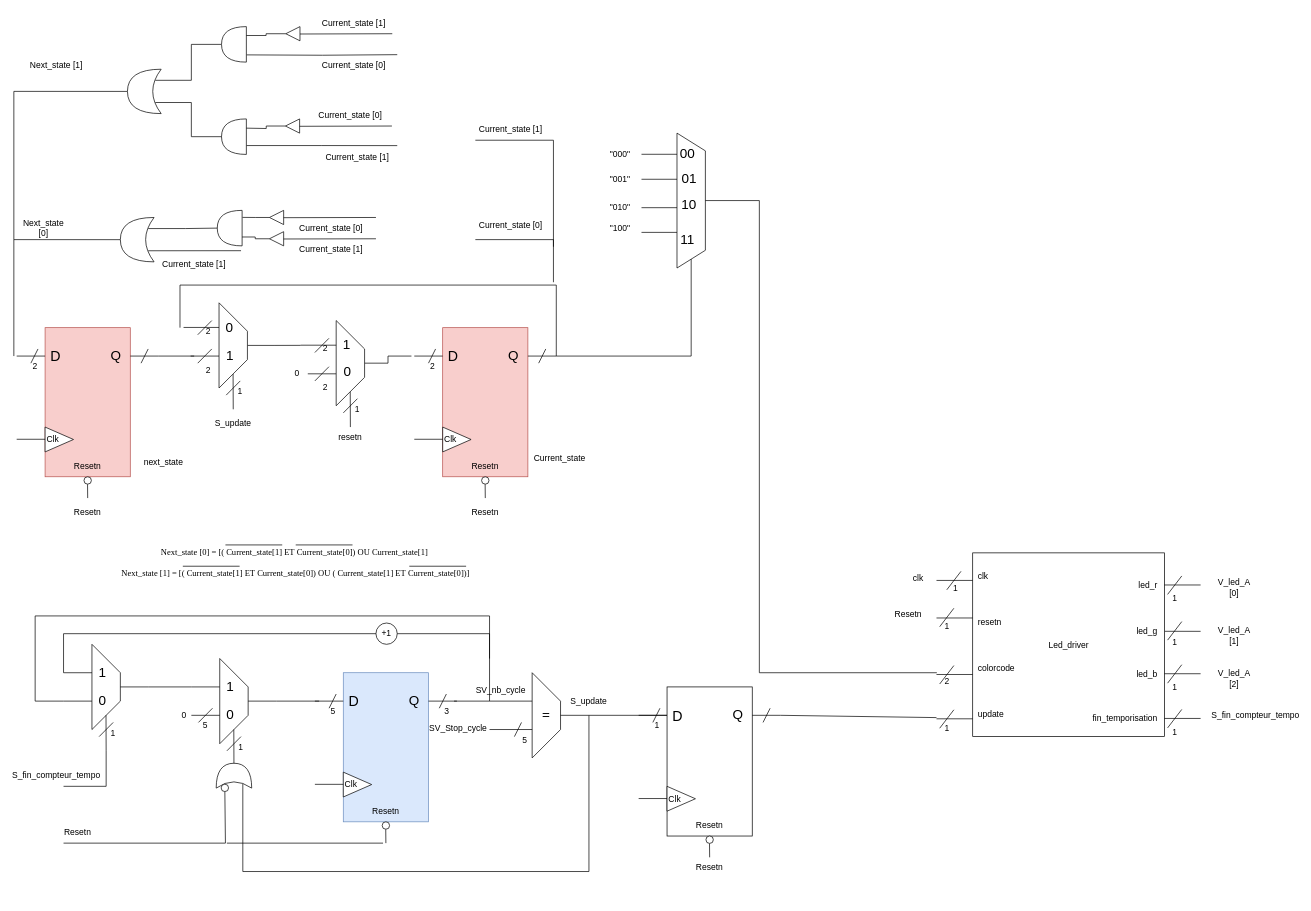
The draw.io diagram TP5_Cross_clock_domain/TP5_Schema_RTL_fsm_led_driver.drawio in Chombac/POEI_FPGA_CC, before the edit. Source tidied: cells renumbered, new cells numbered last; positions are measured from the earlier drawing's top-left corner, leaving out a move shared by most shapes. Both pictures are drawn from the tidied source at 71%, with x=0, y=0 at pixel (13, 12).
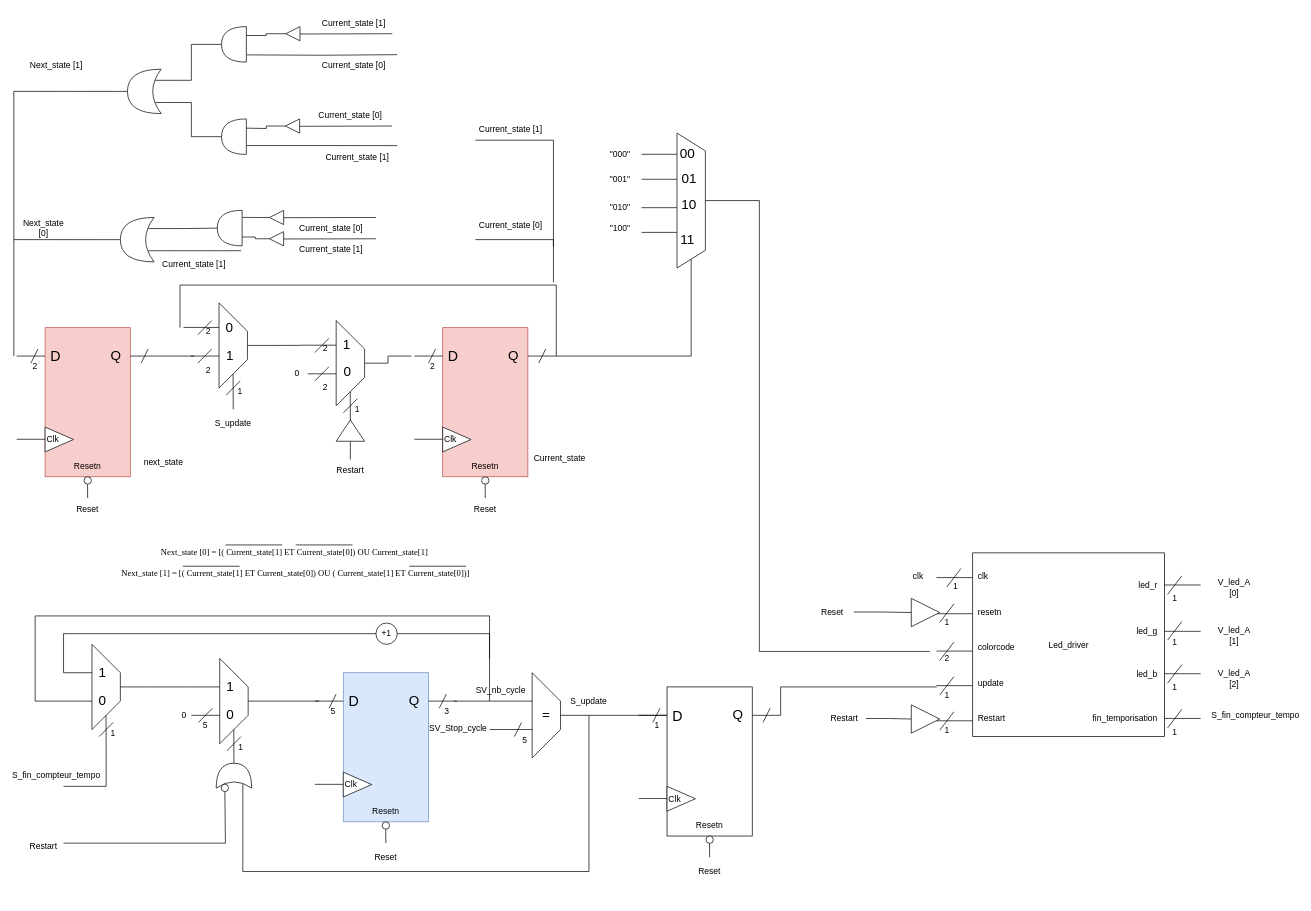
After the change.

The change refers to these unchanged cells:
```xml
<mxCell id="107" style="group;" parent="1" vertex="1">
  <mxGeometry x="574" y="444" width="225.2" height="276" as="geometry" />
</mxCell>
<mxCell id="124" style="group;" parent="1" vertex="1">
  <mxGeometry x="4" y="444" width="250" height="276" as="geometry" />
</mxCell>
<mxCell id="190" style="shape=trapezoid;perimeter=trapezoidPerimeter;whiteSpace=wrap;html=1;fixedSize=1;rotation=90;size=25;" parent="1" vertex="1">
  <mxGeometry x="859" y="245" width="190" height="40" as="geometry" />
</mxCell>
```

Diff of the diagram source:
```diff
@@
     <mxCell id="7" value="resetn" style="text;html=1;whiteSpace=wrap;strokeColor=none;fillColor=none;align=left;verticalAlign=middle;rounded=0;" parent="1" vertex="1">
-      <mxGeometry x="1355.5" y="839.2" width="60" height="39" as="geometry" />
+      <mxGeometry x="1355.5" y="825" width="60" height="39" as="geometry" />
     </mxCell>
     <mxCell id="8" value="colorcode" style="text;html=1;whiteSpace=wrap;strokeColor=none;fillColor=none;align=left;verticalAlign=middle;rounded=0;" parent="1" vertex="1">
-      <mxGeometry x="1355.5" y="904.2" width="60" height="39" as="geometry" />
+      <mxGeometry x="1355.5" y="875" width="60" height="39" as="geometry" />
     </mxCell>
     <mxCell id="9" value="update" style="text;html=1;whiteSpace=wrap;strokeColor=none;fillColor=none;align=left;verticalAlign=middle;rounded=0;" parent="1" vertex="1">
-      <mxGeometry x="1355.5" y="969.2" width="60" height="39" as="geometry" />
+      <mxGeometry x="1355.5" y="925" width="60" height="39" as="geometry" />
     </mxCell>
     <mxCell id="10" style="endArrow=none;html=1;rounded=0;entryX=1;entryY=0.5;entryDx=0;entryDy=0;" parent="1" edge="1">
       <mxGeometry relative="1" as="geometry">
-        <mxPoint x="1350.5" y="852.9" as="sourcePoint" />
-        <mxPoint x="1299.5" y="852.9" as="targetPoint" />
+        <mxPoint x="1350.5" y="846.9" as="sourcePoint" />
+        <mxPoint x="1299.5" y="846.9" as="targetPoint" />
       </mxGeometry>
     </mxCell>
     <mxCell id="11" style="endArrow=none;html=1;rounded=0;entryX=1;entryY=0.5;entryDx=0;entryDy=0;" parent="1" edge="1">
       <mxGeometry relative="1" as="geometry">
-        <mxPoint x="1350.5" y="800" as="sourcePoint" />
-        <mxPoint x="1299.5" y="800" as="targetPoint" />
+        <mxPoint x="1350.5" y="796" as="sourcePoint" />
+        <mxPoint x="1299.5" y="796" as="targetPoint" />
       </mxGeometry>
     </mxCell>
     <mxCell id="12" style="endArrow=none;html=1;rounded=0;entryX=1;entryY=0.5;entryDx=0;entryDy=0;" parent="1" edge="1">
       <mxGeometry relative="1" as="geometry">
-        <mxPoint x="1350.5" y="932.5" as="sourcePoint" />
-        <mxPoint x="1299.5" y="932.5" as="targetPoint" />
+        <mxPoint x="1350.5" y="899.5" as="sourcePoint" />
+        <mxPoint x="1299.5" y="899.5" as="targetPoint" />
       </mxGeometry>
     </mxCell>
     <mxCell id="13" value="1" style="text;html=1;whiteSpace=wrap;strokeColor=none;fillColor=none;align=center;verticalAlign=middle;rounded=0;" parent="1" vertex="1">
-      <mxGeometry x="1315.5" y="799.2" width="21" height="26" as="geometry" />
+      <mxGeometry x="1315.5" y="795.2" width="21" height="26" as="geometry" />
     </mxCell>
     <mxCell id="14" value="1" style="text;html=1;whiteSpace=wrap;strokeColor=none;fillColor=none;align=center;verticalAlign=middle;rounded=0;" parent="1" vertex="1">
-      <mxGeometry x="1304" y="852.2" width="21" height="26" as="geometry" />
+      <mxGeometry x="1304" y="846.2" width="21" height="26" as="geometry" />
     </mxCell>
     <mxCell id="15" value="2" style="text;html=1;whiteSpace=wrap;strokeColor=none;fillColor=none;align=center;verticalAlign=middle;rounded=0;" parent="1" vertex="1">
-      <mxGeometry x="1304" y="930.2" width="21" height="26" as="geometry" />
+      <mxGeometry x="1304" y="897.2" width="21" height="26" as="geometry" />
     </mxCell>
     <mxCell id="16" style="endArrow=none;html=1;rounded=0;" parent="1" edge="1">
       <mxGeometry relative="1" as="geometry">
-        <mxPoint x="1314" y="813.2" as="sourcePoint" />
-        <mxPoint x="1334" y="787.2" as="targetPoint" />
+        <mxPoint x="1314" y="809.2" as="sourcePoint" />
+        <mxPoint x="1334" y="783.2" as="targetPoint" />
       </mxGeometry>
     </mxCell>
     <mxCell id="17" style="endArrow=none;html=1;rounded=0;" parent="1" edge="1">
       <mxGeometry relative="1" as="geometry">
-        <mxPoint x="1304" y="865.2" as="sourcePoint" />
-        <mxPoint x="1324" y="839.2" as="targetPoint" />
+        <mxPoint x="1304" y="859.2" as="sourcePoint" />
+        <mxPoint x="1324" y="833.2" as="targetPoint" />
       </mxGeometry>
     </mxCell>
     <mxCell id="18" style="endArrow=none;html=1;rounded=0;" parent="1" edge="1">
       <mxGeometry relative="1" as="geometry">
-        <mxPoint x="1304" y="945.9" as="sourcePoint" />
-        <mxPoint x="1324" y="919.9" as="targetPoint" />
+        <mxPoint x="1304" y="912.9" as="sourcePoint" />
+        <mxPoint x="1324" y="886.9" as="targetPoint" />
       </mxGeometry>
     </mxCell>
     <mxCell id="19" style="endArrow=none;html=1;rounded=0;entryX=1;entryY=0.5;entryDx=0;entryDy=0;" parent="1" edge="1">
       <mxGeometry relative="1" as="geometry">
-        <mxPoint x="1350.5" y="994.9" as="sourcePoint" />
-        <mxPoint x="1299.5" y="994.9" as="targetPoint" />
+        <mxPoint x="1350.5" y="948.2" as="sourcePoint" />
+        <mxPoint x="1299.5" y="948.2" as="targetPoint" />
       </mxGeometry>
     </mxCell>
     <mxCell id="20" style="endArrow=none;html=1;rounded=0;" parent="1" edge="1">
       <mxGeometry relative="1" as="geometry">
-        <mxPoint x="1304" y="1008.2" as="sourcePoint" />
-        <mxPoint x="1324" y="982.2" as="targetPoint" />
+        <mxPoint x="1304" y="961.5" as="sourcePoint" />
+        <mxPoint x="1324" y="935.5" as="targetPoint" />
       </mxGeometry>
     </mxCell>
     <mxCell id="21" value="1" style="text;html=1;whiteSpace=wrap;strokeColor=none;fillColor=none;align=center;verticalAlign=middle;rounded=0;" parent="1" vertex="1">
-      <mxGeometry x="1304" y="995.2" width="21" height="26" as="geometry" />
+      <mxGeometry x="1304" y="948.5" width="21" height="26" as="geometry" />
     </mxCell>
@@
     <mxCell id="42" style="group;" parent="1" vertex="1">
-      <mxGeometry x="424" y="930" width="216" height="260" as="geometry" />
+      <mxGeometry x="424" y="930" width="216" height="280" as="geometry" />
     </mxCell>
@@
+    <mxCell id="251" value="Reset" style="text;html=1;whiteSpace=wrap;strokeColor=none;fillColor=none;align=center;verticalAlign=middle;rounded=0;" parent="42" vertex="1">
+      <mxGeometry x="65" y="240" width="70" height="40" as="geometry" />
+    </mxCell>
@@
-    <mxCell id="87" value="Resetn" style="text;html=1;whiteSpace=wrap;strokeColor=none;fillColor=none;align=center;verticalAlign=middle;rounded=0;" parent="1" vertex="1">
-      <mxGeometry x="60" y="1140" width="60" height="30" as="geometry" />
-    </mxCell>
@@
-    <mxCell id="102" style="endArrow=none;html=1;rounded=0;" parent="1" edge="1">
-      <mxGeometry relative="1" as="geometry">
-        <mxPoint x="300" y="1170" as="sourcePoint" />
-        <mxPoint x="520" y="1170" as="targetPoint" />
-      </mxGeometry>
-    </mxCell>
@@
-    <mxCell id="123" value="Resetn" style="text;html=1;whiteSpace=wrap;strokeColor=none;fillColor=none;align=center;verticalAlign=middle;rounded=0;" parent="107" vertex="1">
-      <mxGeometry x="60" y="246" width="60" height="30" as="geometry" />
-    </mxCell>
+    <mxCell id="252" value="Reset" style="text;html=1;whiteSpace=wrap;strokeColor=none;fillColor=none;align=center;verticalAlign=middle;rounded=0;" parent="107" vertex="1">
+      <mxGeometry x="55" y="236" width="70" height="40" as="geometry" />
+    </mxCell>
@@
-    <mxCell id="140" value="Resetn" style="text;html=1;whiteSpace=wrap;strokeColor=none;fillColor=none;align=center;verticalAlign=middle;rounded=0;" parent="124" vertex="1">
-      <mxGeometry x="70" y="246" width="60" height="30" as="geometry" />
-    </mxCell>
+    <mxCell id="253" value="Reset" style="text;html=1;whiteSpace=wrap;strokeColor=none;fillColor=none;align=center;verticalAlign=middle;rounded=0;" parent="124" vertex="1">
+      <mxGeometry x="65" y="236" width="70" height="40" as="geometry" />
+    </mxCell>
@@
-    <mxCell id="170" value="resetn" style="text;html=1;whiteSpace=wrap;strokeColor=none;fillColor=none;align=center;verticalAlign=middle;rounded=0;" parent="1" vertex="1">
-      <mxGeometry x="444" y="584" width="60" height="30" as="geometry" />
-    </mxCell>
@@
     <mxCell id="172" style="group;" parent="1" vertex="1">
-      <mxGeometry x="890" y="950" width="225.2" height="270" as="geometry" />
+      <mxGeometry x="890" y="950" width="225.2" height="280" as="geometry" />
     </mxCell>
@@
-    <mxCell id="187" value="Resetn" style="text;html=1;whiteSpace=wrap;strokeColor=none;fillColor=none;align=center;verticalAlign=middle;rounded=0;" parent="172" vertex="1">
-      <mxGeometry x="60" y="240" width="60" height="30" as="geometry" />
-    </mxCell>
+    <mxCell id="254" value="Reset" style="text;html=1;whiteSpace=wrap;strokeColor=none;fillColor=none;align=center;verticalAlign=middle;rounded=0;" parent="172" vertex="1">
+      <mxGeometry x="55" y="240" width="70" height="40" as="geometry" />
+    </mxCell>
     <mxCell id="188" style="endArrow=none;html=1;rounded=0;" parent="1" edge="1">
       <mxGeometry relative="1" as="geometry">
         <mxPoint x="1080" y="990" as="sourcePoint" />
-        <mxPoint x="1299.5" y="993.2" as="targetPoint" />
+        <mxPoint x="1300" y="950" as="targetPoint" />
+        <Array as="points">
+          <mxPoint x="1080" y="950" />
+        </Array>
       </mxGeometry>
     </mxCell>
@@
     <mxCell id="204" style="endArrow=none;html=1;rounded=0;entryX=0.5;entryY=0;entryDx=0;entryDy=0;" parent="1" edge="1" target="190">
       <mxGeometry relative="1" as="geometry">
-        <mxPoint x="1300" y="930" as="sourcePoint" />
+        <mxPoint x="1290" y="900" as="sourcePoint" />
         <Array as="points">
-          <mxPoint x="1050" y="930" />
+          <mxPoint x="1050" y="900" />
           <mxPoint x="1050" y="265" />
         </Array>
       </mxGeometry>
     </mxCell>
+    <mxCell id="255" style="edgeStyle=orthogonalEdgeStyle;rounded=0;jettySize=auto;html=1;entryX=0;entryY=0.5;entryDx=0;entryDy=0;endArrow=none;endFill=0;" parent="1" edge="1" source="205" target="266">
+      <mxGeometry relative="1" as="geometry" />
+    </mxCell>
-    <mxCell id="205" value="Resetn" style="text;html=1;whiteSpace=wrap;strokeColor=none;fillColor=none;align=center;verticalAlign=middle;rounded=0;" parent="1" vertex="1">
-      <mxGeometry x="1230" y="832.8" width="60" height="30" as="geometry" />
+    <mxCell id="205" value="Reset" style="text;html=1;whiteSpace=wrap;strokeColor=none;fillColor=none;align=center;verticalAlign=middle;rounded=0;" parent="1" vertex="1">
+      <mxGeometry x="1123" y="829.5" width="60" height="30" as="geometry" />
     </mxCell>
@@
     <mxCell id="250" value="clk" style="text;html=1;whiteSpace=wrap;strokeColor=none;fillColor=none;align=center;verticalAlign=middle;rounded=0;" parent="1" vertex="1">
-      <mxGeometry x="1244" y="783.2" width="60" height="30" as="geometry" />
+      <mxGeometry x="1244" y="779.2" width="60" height="30" as="geometry" />
     </mxCell>
+    <mxCell id="256" value="Restart" style="text;html=1;whiteSpace=wrap;strokeColor=none;fillColor=none;align=left;verticalAlign=middle;rounded=0;" parent="1" vertex="1">
+      <mxGeometry x="1355.5" y="980.5" width="60" height="29" as="geometry" />
+    </mxCell>
+    <mxCell id="257" style="endArrow=none;html=1;rounded=0;entryX=1;entryY=0.5;entryDx=0;entryDy=0;" parent="1" edge="1">
+      <mxGeometry relative="1" as="geometry">
+        <mxPoint x="1350.5" y="997.7" as="sourcePoint" />
+        <mxPoint x="1299.5" y="997.7" as="targetPoint" />
+      </mxGeometry>
+    </mxCell>
+    <mxCell id="258" style="endArrow=none;html=1;rounded=0;" parent="1" edge="1">
+      <mxGeometry relative="1" as="geometry">
+        <mxPoint x="1304" y="1011" as="sourcePoint" />
+        <mxPoint x="1324" y="985" as="targetPoint" />
+      </mxGeometry>
+    </mxCell>
+    <mxCell id="259" value="1" style="text;html=1;whiteSpace=wrap;strokeColor=none;fillColor=none;align=center;verticalAlign=middle;rounded=0;" parent="1" vertex="1">
+      <mxGeometry x="1304" y="998" width="21" height="26" as="geometry" />
+    </mxCell>
+    <mxCell id="260" style="edgeStyle=orthogonalEdgeStyle;rounded=0;jettySize=auto;html=1;entryX=0;entryY=0.5;entryDx=0;entryDy=0;endArrow=none;endFill=0;" parent="1" edge="1" source="261" target="267">
+      <mxGeometry relative="1" as="geometry" />
+    </mxCell>
+    <mxCell id="261" value="Restart" style="text;html=1;whiteSpace=wrap;strokeColor=none;fillColor=none;align=center;verticalAlign=middle;rounded=0;" parent="1" vertex="1">
+      <mxGeometry x="1140" y="979.5" width="60" height="30" as="geometry" />
+    </mxCell>
+    <mxCell id="262" value="Restart" style="text;html=1;whiteSpace=wrap;strokeColor=none;fillColor=none;align=center;verticalAlign=middle;rounded=0;" parent="1" vertex="1">
+      <mxGeometry x="444" y="630" width="60" height="30" as="geometry" />
+    </mxCell>
+    <mxCell id="263" style="edgeStyle=orthogonalEdgeStyle;rounded=0;jettySize=auto;html=1;endArrow=none;endFill=0;" parent="1" edge="1" source="264">
+      <mxGeometry relative="1" as="geometry">
+        <mxPoint x="474" y="630" as="targetPoint" />
+      </mxGeometry>
+    </mxCell>
+    <mxCell id="264" style="triangle;whiteSpace=wrap;html=1;direction=north;" parent="1" vertex="1">
+      <mxGeometry x="454" y="574" width="40" height="30" as="geometry" />
+    </mxCell>
+    <mxCell id="265" value="Restart" style="text;html=1;whiteSpace=wrap;strokeColor=none;fillColor=none;align=center;verticalAlign=middle;rounded=0;" parent="1" vertex="1">
+      <mxGeometry x="12" y="1160" width="60" height="30" as="geometry" />
+    </mxCell>
+    <mxCell id="266" style="triangle;whiteSpace=wrap;html=1;" parent="1" vertex="1">
+      <mxGeometry x="1264" y="825.2" width="40" height="40" as="geometry" />
+    </mxCell>
+    <mxCell id="267" style="triangle;whiteSpace=wrap;html=1;" parent="1" vertex="1">
+      <mxGeometry x="1264" y="975.2" width="40" height="40" as="geometry" />
+    </mxCell>
```
